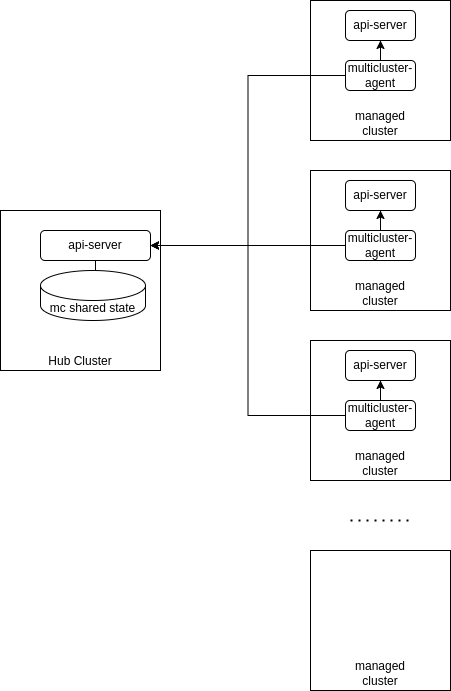
Before: media/standard-pattern.drawio.png, a diagram exported from draw.io (raffaelespazzoli/helium). Source tidied: cells renumbered, new cells last; positions are measured from the earlier drawing's top-left corner, leaving out a move shared by most shapes. Source of this version:
```xml
<mxGraphModel>
  <root>
    <mxCell id="0" />
    <mxCell id="1" parent="0" />
    <mxCell id="2" value="Hub Cluster" style="whiteSpace=wrap;html=1;verticalAlign=bottom;" parent="1" vertex="1">
      <mxGeometry y="210" width="160" height="160" as="geometry" />
    </mxCell>
    <mxCell id="3" value="managed&lt;br&gt;cluster" style="whiteSpace=wrap;html=1;verticalAlign=bottom;" parent="1" vertex="1">
      <mxGeometry x="310" width="140" height="140" as="geometry" />
    </mxCell>
    <mxCell id="4" style="endArrow=none;dashed=1;html=1;dashPattern=1 3;strokeWidth=2;rounded=0;" parent="1" edge="1">
      <mxGeometry relative="1" as="geometry">
        <mxPoint x="350" y="520" as="sourcePoint" />
        <mxPoint x="410" y="520" as="targetPoint" />
      </mxGeometry>
    </mxCell>
    <mxCell id="5" value="managed&lt;br&gt;cluster" style="whiteSpace=wrap;html=1;verticalAlign=bottom;" parent="1" vertex="1">
      <mxGeometry x="310" y="170" width="140" height="140" as="geometry" />
    </mxCell>
    <mxCell id="6" value="managed&lt;br&gt;cluster" style="whiteSpace=wrap;html=1;verticalAlign=bottom;" parent="1" vertex="1">
      <mxGeometry x="310" y="340" width="140" height="140" as="geometry" />
    </mxCell>
    <mxCell id="7" value="managed&lt;br&gt;cluster" style="whiteSpace=wrap;html=1;verticalAlign=bottom;" parent="1" vertex="1">
      <mxGeometry x="310" y="550" width="140" height="140" as="geometry" />
    </mxCell>
    <mxCell id="8" style="edgeStyle=orthogonalEdgeStyle;rounded=0;jettySize=auto;html=1;" parent="1" edge="1" source="9" target="22">
      <mxGeometry relative="1" as="geometry" />
    </mxCell>
    <mxCell id="9" value="api-server" style="rounded=1;whiteSpace=wrap;html=1;" parent="1" vertex="1">
      <mxGeometry x="40" y="230" width="110" height="30" as="geometry" />
    </mxCell>
    <mxCell id="10" value="api-server" style="rounded=1;whiteSpace=wrap;html=1;" parent="1" vertex="1">
      <mxGeometry x="345" y="10" width="70" height="30" as="geometry" />
    </mxCell>
    <mxCell id="11" style="edgeStyle=orthogonalEdgeStyle;rounded=0;jettySize=auto;html=1;exitX=0.5;exitY=0;exitDx=0;exitDy=0;" parent="1" edge="1" source="13" target="10">
      <mxGeometry relative="1" as="geometry" />
    </mxCell>
    <mxCell id="12" style="edgeStyle=orthogonalEdgeStyle;rounded=0;jettySize=auto;html=1;exitX=0;exitY=0.5;exitDx=0;exitDy=0;entryX=1;entryY=0.5;entryDx=0;entryDy=0;" parent="1" edge="1" source="13" target="9">
      <mxGeometry relative="1" as="geometry" />
    </mxCell>
    <mxCell id="13" value="multicluster-agent" style="rounded=1;whiteSpace=wrap;html=1;" parent="1" vertex="1">
      <mxGeometry x="345" y="60" width="70" height="30" as="geometry" />
    </mxCell>
    <mxCell id="14" value="api-server" style="rounded=1;whiteSpace=wrap;html=1;" parent="1" vertex="1">
      <mxGeometry x="345" y="180" width="70" height="30" as="geometry" />
    </mxCell>
    <mxCell id="15" style="edgeStyle=orthogonalEdgeStyle;rounded=0;jettySize=auto;html=1;exitX=0;exitY=0.5;exitDx=0;exitDy=0;" parent="1" edge="1" source="17" target="9">
      <mxGeometry relative="1" as="geometry" />
    </mxCell>
    <mxCell id="16" style="edgeStyle=orthogonalEdgeStyle;rounded=0;jettySize=auto;html=1;exitX=0.5;exitY=0;exitDx=0;exitDy=0;" parent="1" edge="1" source="17" target="14">
      <mxGeometry relative="1" as="geometry" />
    </mxCell>
    <mxCell id="17" value="multicluster-agent" style="rounded=1;whiteSpace=wrap;html=1;" parent="1" vertex="1">
      <mxGeometry x="345" y="230" width="70" height="30" as="geometry" />
    </mxCell>
    <mxCell id="18" value="api-server" style="rounded=1;whiteSpace=wrap;html=1;" parent="1" vertex="1">
      <mxGeometry x="345" y="350" width="70" height="30" as="geometry" />
    </mxCell>
    <mxCell id="19" style="edgeStyle=orthogonalEdgeStyle;rounded=0;jettySize=auto;html=1;exitX=0.5;exitY=0;exitDx=0;exitDy=0;" parent="1" edge="1" source="21" target="18">
      <mxGeometry relative="1" as="geometry" />
    </mxCell>
    <mxCell id="20" style="edgeStyle=orthogonalEdgeStyle;rounded=0;jettySize=auto;html=1;exitX=0;exitY=0.5;exitDx=0;exitDy=0;entryX=1;entryY=0.5;entryDx=0;entryDy=0;" parent="1" edge="1" source="21" target="9">
      <mxGeometry relative="1" as="geometry" />
    </mxCell>
    <mxCell id="21" value="multicluster-agent" style="rounded=1;whiteSpace=wrap;html=1;" parent="1" vertex="1">
      <mxGeometry x="345" y="400" width="70" height="30" as="geometry" />
    </mxCell>
    <mxCell id="22" value="mc shared state" style="shape=cylinder3;whiteSpace=wrap;html=1;boundedLbl=1;backgroundOutline=1;size=15;" parent="1" vertex="1">
      <mxGeometry x="40" y="270" width="105" height="50" as="geometry" />
    </mxCell>
  </root>
</mxGraphModel>
```
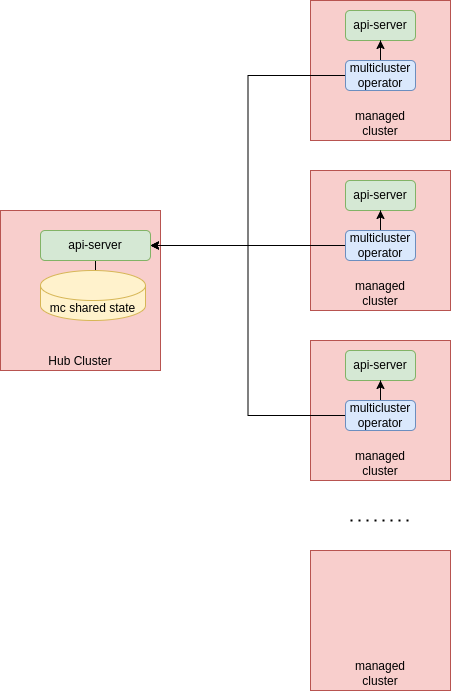
Later version of the same file.

Change to the diagram source:
```diff
@@ -2,10 +2,10 @@
   <root>
     <mxCell id="0" />
     <mxCell id="1" parent="0" />
-    <mxCell id="2" value="Hub Cluster" style="whiteSpace=wrap;html=1;verticalAlign=bottom;" parent="1" vertex="1">
+    <mxCell id="2" value="Hub Cluster" style="whiteSpace=wrap;html=1;verticalAlign=bottom;fillColor=#f8cecc;strokeColor=#b85450;" parent="1" vertex="1">
       <mxGeometry y="210" width="160" height="160" as="geometry" />
     </mxCell>
-    <mxCell id="3" value="managed&lt;br&gt;cluster" style="whiteSpace=wrap;html=1;verticalAlign=bottom;" parent="1" vertex="1">
+    <mxCell id="3" value="managed&lt;br&gt;cluster" style="whiteSpace=wrap;html=1;verticalAlign=bottom;fillColor=#f8cecc;strokeColor=#b85450;" parent="1" vertex="1">
       <mxGeometry x="310" width="140" height="140" as="geometry" />
     </mxCell>
     <mxCell id="4" style="endArrow=none;dashed=1;html=1;dashPattern=1 3;strokeWidth=2;rounded=0;" parent="1" edge="1">
@@ -14,22 +14,22 @@
         <mxPoint x="410" y="520" as="targetPoint" />
       </mxGeometry>
     </mxCell>
-    <mxCell id="5" value="managed&lt;br&gt;cluster" style="whiteSpace=wrap;html=1;verticalAlign=bottom;" parent="1" vertex="1">
+    <mxCell id="5" value="managed&lt;br&gt;cluster" style="whiteSpace=wrap;html=1;verticalAlign=bottom;fillColor=#f8cecc;strokeColor=#b85450;" parent="1" vertex="1">
       <mxGeometry x="310" y="170" width="140" height="140" as="geometry" />
     </mxCell>
-    <mxCell id="6" value="managed&lt;br&gt;cluster" style="whiteSpace=wrap;html=1;verticalAlign=bottom;" parent="1" vertex="1">
+    <mxCell id="6" value="managed&lt;br&gt;cluster" style="whiteSpace=wrap;html=1;verticalAlign=bottom;fillColor=#f8cecc;strokeColor=#b85450;" parent="1" vertex="1">
       <mxGeometry x="310" y="340" width="140" height="140" as="geometry" />
     </mxCell>
-    <mxCell id="7" value="managed&lt;br&gt;cluster" style="whiteSpace=wrap;html=1;verticalAlign=bottom;" parent="1" vertex="1">
+    <mxCell id="7" value="managed&lt;br&gt;cluster" style="whiteSpace=wrap;html=1;verticalAlign=bottom;fillColor=#f8cecc;strokeColor=#b85450;" parent="1" vertex="1">
       <mxGeometry x="310" y="550" width="140" height="140" as="geometry" />
     </mxCell>
     <mxCell id="8" style="edgeStyle=orthogonalEdgeStyle;rounded=0;jettySize=auto;html=1;" parent="1" edge="1" source="9" target="22">
       <mxGeometry relative="1" as="geometry" />
     </mxCell>
-    <mxCell id="9" value="api-server" style="rounded=1;whiteSpace=wrap;html=1;" parent="1" vertex="1">
+    <mxCell id="9" value="api-server" style="rounded=1;whiteSpace=wrap;html=1;fillColor=#d5e8d4;strokeColor=#82b366;" parent="1" vertex="1">
       <mxGeometry x="40" y="230" width="110" height="30" as="geometry" />
     </mxCell>
-    <mxCell id="10" value="api-server" style="rounded=1;whiteSpace=wrap;html=1;" parent="1" vertex="1">
+    <mxCell id="10" value="api-server" style="rounded=1;whiteSpace=wrap;html=1;fillColor=#d5e8d4;strokeColor=#82b366;" parent="1" vertex="1">
       <mxGeometry x="345" y="10" width="70" height="30" as="geometry" />
     </mxCell>
     <mxCell id="11" style="edgeStyle=orthogonalEdgeStyle;rounded=0;jettySize=auto;html=1;exitX=0.5;exitY=0;exitDx=0;exitDy=0;" parent="1" edge="1" source="13" target="10">
@@ -38,10 +38,10 @@
     <mxCell id="12" style="edgeStyle=orthogonalEdgeStyle;rounded=0;jettySize=auto;html=1;exitX=0;exitY=0.5;exitDx=0;exitDy=0;entryX=1;entryY=0.5;entryDx=0;entryDy=0;" parent="1" edge="1" source="13" target="9">
       <mxGeometry relative="1" as="geometry" />
     </mxCell>
-    <mxCell id="13" value="multicluster-agent" style="rounded=1;whiteSpace=wrap;html=1;" parent="1" vertex="1">
+    <mxCell id="13" value="multicluster operator" style="rounded=1;whiteSpace=wrap;html=1;fillColor=#dae8fc;strokeColor=#6c8ebf;" parent="1" vertex="1">
       <mxGeometry x="345" y="60" width="70" height="30" as="geometry" />
     </mxCell>
-    <mxCell id="14" value="api-server" style="rounded=1;whiteSpace=wrap;html=1;" parent="1" vertex="1">
+    <mxCell id="14" value="api-server" style="rounded=1;whiteSpace=wrap;html=1;fillColor=#d5e8d4;strokeColor=#82b366;" parent="1" vertex="1">
       <mxGeometry x="345" y="180" width="70" height="30" as="geometry" />
     </mxCell>
     <mxCell id="15" style="edgeStyle=orthogonalEdgeStyle;rounded=0;jettySize=auto;html=1;exitX=0;exitY=0.5;exitDx=0;exitDy=0;" parent="1" edge="1" source="17" target="9">
@@ -50,10 +50,10 @@
     <mxCell id="16" style="edgeStyle=orthogonalEdgeStyle;rounded=0;jettySize=auto;html=1;exitX=0.5;exitY=0;exitDx=0;exitDy=0;" parent="1" edge="1" source="17" target="14">
       <mxGeometry relative="1" as="geometry" />
     </mxCell>
-    <mxCell id="17" value="multicluster-agent" style="rounded=1;whiteSpace=wrap;html=1;" parent="1" vertex="1">
+    <mxCell id="17" value="multicluster operator" style="rounded=1;whiteSpace=wrap;html=1;fillColor=#dae8fc;strokeColor=#6c8ebf;" parent="1" vertex="1">
       <mxGeometry x="345" y="230" width="70" height="30" as="geometry" />
     </mxCell>
-    <mxCell id="18" value="api-server" style="rounded=1;whiteSpace=wrap;html=1;" parent="1" vertex="1">
+    <mxCell id="18" value="api-server" style="rounded=1;whiteSpace=wrap;html=1;fillColor=#d5e8d4;strokeColor=#82b366;" parent="1" vertex="1">
       <mxGeometry x="345" y="350" width="70" height="30" as="geometry" />
     </mxCell>
     <mxCell id="19" style="edgeStyle=orthogonalEdgeStyle;rounded=0;jettySize=auto;html=1;exitX=0.5;exitY=0;exitDx=0;exitDy=0;" parent="1" edge="1" source="21" target="18">
@@ -62,10 +62,10 @@
     <mxCell id="20" style="edgeStyle=orthogonalEdgeStyle;rounded=0;jettySize=auto;html=1;exitX=0;exitY=0.5;exitDx=0;exitDy=0;entryX=1;entryY=0.5;entryDx=0;entryDy=0;" parent="1" edge="1" source="21" target="9">
       <mxGeometry relative="1" as="geometry" />
     </mxCell>
-    <mxCell id="21" value="multicluster-agent" style="rounded=1;whiteSpace=wrap;html=1;" parent="1" vertex="1">
+    <mxCell id="21" value="multicluster operator" style="rounded=1;whiteSpace=wrap;html=1;fillColor=#dae8fc;strokeColor=#6c8ebf;" parent="1" vertex="1">
       <mxGeometry x="345" y="400" width="70" height="30" as="geometry" />
     </mxCell>
-    <mxCell id="22" value="mc shared state" style="shape=cylinder3;whiteSpace=wrap;html=1;boundedLbl=1;backgroundOutline=1;size=15;" parent="1" vertex="1">
+    <mxCell id="22" value="mc shared state" style="shape=cylinder3;whiteSpace=wrap;html=1;boundedLbl=1;backgroundOutline=1;size=15;fillColor=#fff2cc;strokeColor=#d6b656;" parent="1" vertex="1">
       <mxGeometry x="40" y="270" width="105" height="50" as="geometry" />
     </mxCell>
   </root>
```
